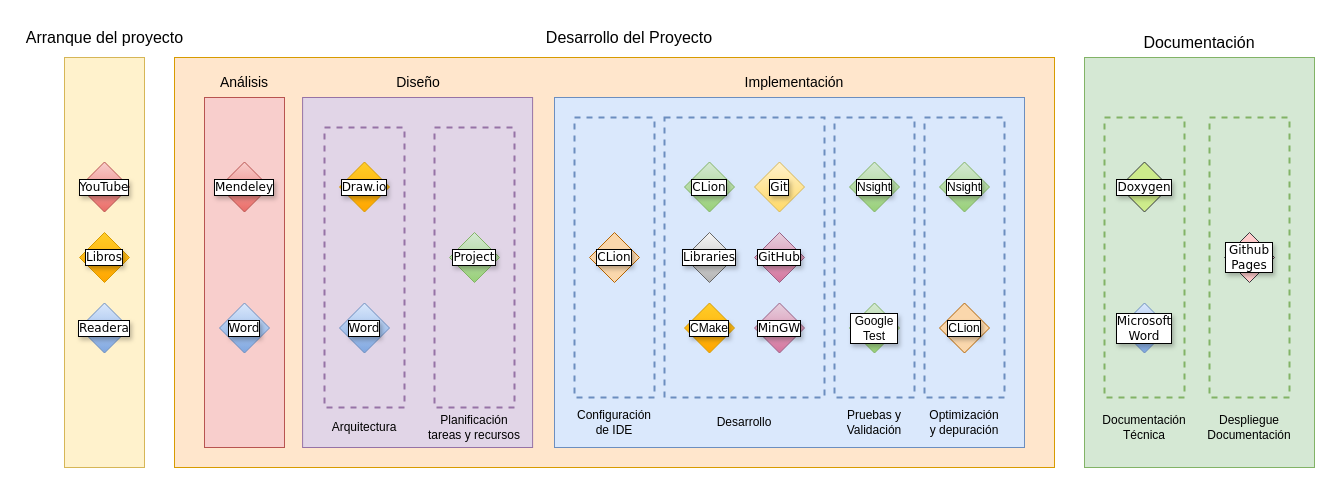
Earlier version of the draw.io diagram doc/diagrams/Ciclo_Uso_Herramientas.drawio (valydumitru01/GLESC). Source tidied: cells renumbered, new cells numbered last; positions are measured from the earlier drawing's top-left corner, leaving out a move shared by most shapes. Both pictures are drawn from the tidied source at 100%, with x=0, y=0 at pixel (16, 17).
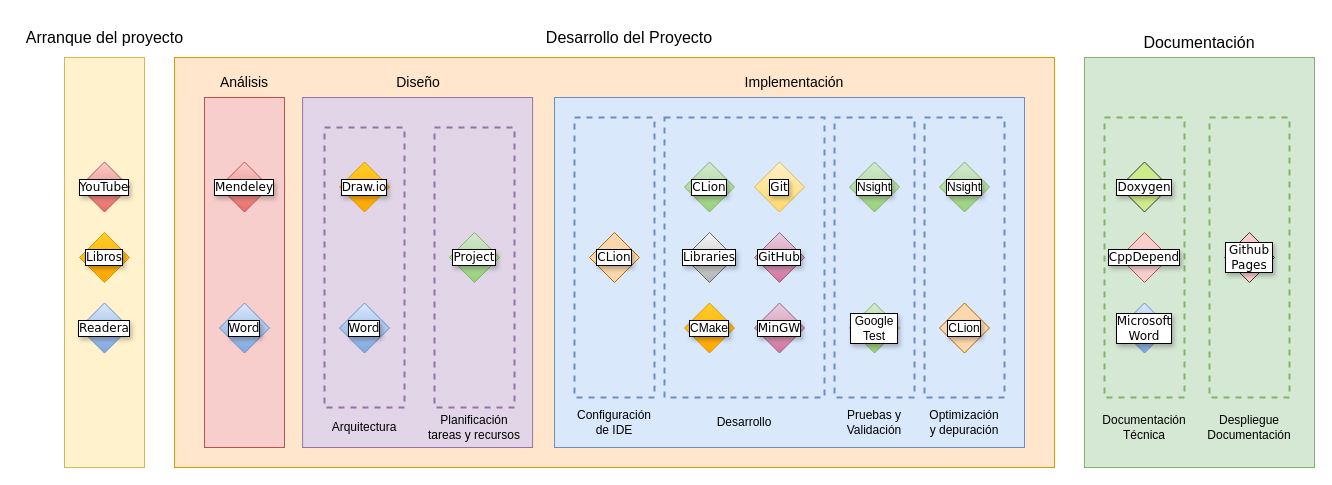
Above is the later version.

Diff of the diagram source:
```diff
@@
+    <mxCell id="52" value="&lt;font face=&quot;Verdana&quot;&gt;CppDepend&lt;/font&gt;" style="rhombus;whiteSpace=wrap;html=1;labelBackgroundColor=default;labelBorderColor=default;textShadow=1;fillColor=#f8cecc;strokeColor=#b85450;" parent="1" vertex="1">
+      <mxGeometry x="1103" y="215" width="50" height="50" as="geometry" />
+    </mxCell>
```
